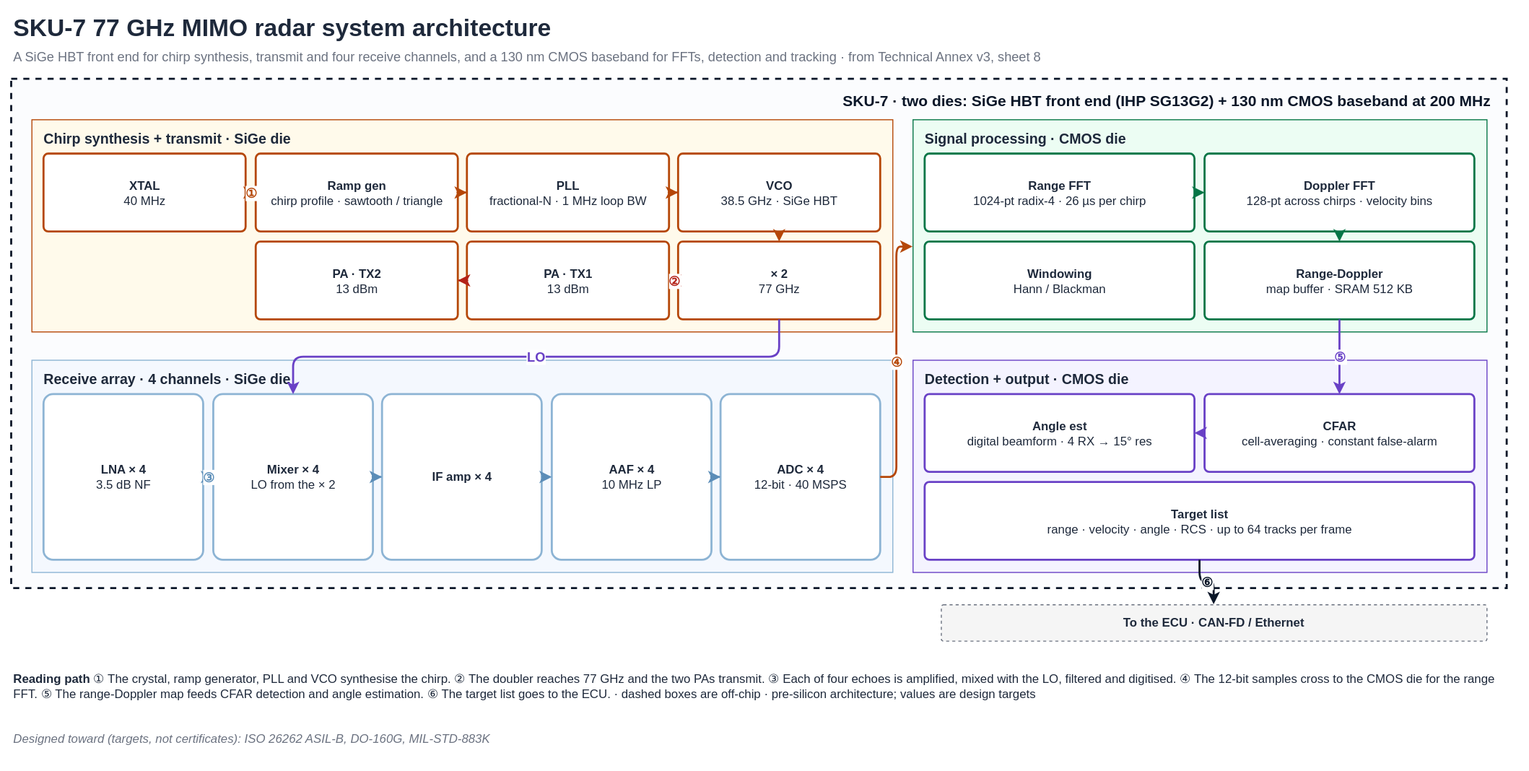
shekerkamma/deepgrid-dr-silicon-v10 keeps this draw.io diagram as public/diagrams/sku-7-architecture.svg. Above is the earlier version. Source tidied: cells renumbered, new cells last; positions are measured from the earlier drawing's top-left corner, leaving out a move shared by most shapes. Source of this version:
```xml
<mxGraphModel background="#FFFFFF">
  <root>
    <mxCell id="0" />
    <mxCell id="1" parent="0" />
    <mxCell id="2" value="SKU-7 77 GHz MIMO radar system architecture" style="text;html=1;align=left;verticalAlign=middle;whiteSpace=wrap;fontSize=24;fontColor=#1E293B;fontStyle=1;" parent="1" vertex="1">
      <mxGeometry width="1200" height="36" as="geometry" />
    </mxCell>
    <mxCell id="3" value="A SiGe HBT front end for chirp synthesis, transmit and four receive channels, and a 130 nm CMOS baseband for FFTs, detection and tracking · from Technical Annex v3, sheet 8" style="text;html=1;align=left;verticalAlign=middle;whiteSpace=wrap;fontSize=13;fontColor=#6B7280;" parent="1" vertex="1">
      <mxGeometry y="34" width="1480" height="24" as="geometry" />
    </mxCell>
    <mxCell id="4" value="SKU-7  ·  two dies: SiGe HBT front end (IHP SG13G2) + 130 nm CMOS baseband at 200 MHz" style="rounded=0;whiteSpace=wrap;html=1;fillColor=#FBFCFE;strokeColor=#0A1628;strokeWidth=2;dashed=1;verticalAlign=top;align=right;spacingRight=14;spacingTop=6;fontSize=15;fontStyle=1;fontColor=#0A1628;" parent="1" vertex="1">
      <mxGeometry y="68" width="1480" height="504" as="geometry" />
    </mxCell>
    <mxCell id="5" value="Chirp synthesis + transmit · SiGe die" style="rounded=0;whiteSpace=wrap;html=1;fillColor=#FFFAEB;strokeColor=#B54708;verticalAlign=top;align=left;spacingLeft=10;spacingTop=4;fontSize=14;fontStyle=1;fontColor=#1E293B;" parent="1" vertex="1">
      <mxGeometry x="20" y="108" width="852" height="210" as="geometry" />
    </mxCell>
    <mxCell id="6" value="&lt;b&gt;XTAL&lt;/b&gt;&lt;br&gt;40 MHz" style="rounded=1;whiteSpace=wrap;html=1;fillColor=#FFFFFF;strokeColor=#B54708;strokeWidth=2;fontSize=12;fontColor=#1E293B;arcSize=6;" parent="1" vertex="1">
      <mxGeometry x="32" y="142" width="200" height="77" as="geometry" />
    </mxCell>
    <mxCell id="7" value="&lt;b&gt;Ramp gen&lt;/b&gt;&lt;br&gt;chirp profile · sawtooth / triangle" style="rounded=1;whiteSpace=wrap;html=1;fillColor=#FFFFFF;strokeColor=#B54708;strokeWidth=2;fontSize=12;fontColor=#1E293B;arcSize=6;" parent="1" vertex="1">
      <mxGeometry x="242" y="142" width="200" height="77" as="geometry" />
    </mxCell>
    <mxCell id="8" value="&lt;b&gt;PLL&lt;/b&gt;&lt;br&gt;fractional-N · 1 MHz loop BW" style="rounded=1;whiteSpace=wrap;html=1;fillColor=#FFFFFF;strokeColor=#B54708;strokeWidth=2;fontSize=12;fontColor=#1E293B;arcSize=6;" parent="1" vertex="1">
      <mxGeometry x="451" y="142" width="200" height="77" as="geometry" />
    </mxCell>
    <mxCell id="9" value="&lt;b&gt;VCO&lt;/b&gt;&lt;br&gt;38.5 GHz · SiGe HBT" style="rounded=1;whiteSpace=wrap;html=1;fillColor=#FFFFFF;strokeColor=#B54708;strokeWidth=2;fontSize=12;fontColor=#1E293B;arcSize=6;" parent="1" vertex="1">
      <mxGeometry x="660" y="142" width="200" height="77" as="geometry" />
    </mxCell>
    <mxCell id="10" value="&lt;b&gt;PA · TX2&lt;/b&gt;&lt;br&gt;13 dBm" style="rounded=1;whiteSpace=wrap;html=1;fillColor=#FFFFFF;strokeColor=#B54708;strokeWidth=2;fontSize=12;fontColor=#1E293B;arcSize=6;" parent="1" vertex="1">
      <mxGeometry x="242" y="229" width="200" height="77" as="geometry" />
    </mxCell>
    <mxCell id="11" value="&lt;b&gt;PA · TX1&lt;/b&gt;&lt;br&gt;13 dBm" style="rounded=1;whiteSpace=wrap;html=1;fillColor=#FFFFFF;strokeColor=#B54708;strokeWidth=2;fontSize=12;fontColor=#1E293B;arcSize=6;" parent="1" vertex="1">
      <mxGeometry x="451" y="229" width="200" height="77" as="geometry" />
    </mxCell>
    <mxCell id="12" value="&lt;b&gt;× 2&lt;/b&gt;&lt;br&gt;77 GHz" style="rounded=1;whiteSpace=wrap;html=1;fillColor=#FFFFFF;strokeColor=#B54708;strokeWidth=2;fontSize=12;fontColor=#1E293B;arcSize=6;" parent="1" vertex="1">
      <mxGeometry x="660" y="229" width="200" height="77" as="geometry" />
    </mxCell>
    <mxCell id="13" value="Signal processing · CMOS die" style="rounded=0;whiteSpace=wrap;html=1;fillColor=#ECFDF3;strokeColor=#067647;verticalAlign=top;align=left;spacingLeft=10;spacingTop=4;fontSize=14;fontStyle=1;fontColor=#1E293B;" parent="1" vertex="1">
      <mxGeometry x="892" y="108" width="568" height="210" as="geometry" />
    </mxCell>
    <mxCell id="14" value="&lt;b&gt;Range FFT&lt;/b&gt;&lt;br&gt;1024-pt radix-4 · 26 µs per chirp" style="rounded=1;whiteSpace=wrap;html=1;fillColor=#FFFFFF;strokeColor=#067647;strokeWidth=2;fontSize=12;fontColor=#1E293B;arcSize=6;" parent="1" vertex="1">
      <mxGeometry x="904" y="142" width="267" height="77" as="geometry" />
    </mxCell>
    <mxCell id="15" value="&lt;b&gt;Doppler FFT&lt;/b&gt;&lt;br&gt;128-pt across chirps · velocity bins" style="rounded=1;whiteSpace=wrap;html=1;fillColor=#FFFFFF;strokeColor=#067647;strokeWidth=2;fontSize=12;fontColor=#1E293B;arcSize=6;" parent="1" vertex="1">
      <mxGeometry x="1181" y="142" width="267" height="77" as="geometry" />
    </mxCell>
    <mxCell id="16" value="&lt;b&gt;Windowing&lt;/b&gt;&lt;br&gt;Hann / Blackman" style="rounded=1;whiteSpace=wrap;html=1;fillColor=#FFFFFF;strokeColor=#067647;strokeWidth=2;fontSize=12;fontColor=#1E293B;arcSize=6;" parent="1" vertex="1">
      <mxGeometry x="904" y="229" width="267" height="77" as="geometry" />
    </mxCell>
    <mxCell id="17" value="&lt;b&gt;Range-Doppler&lt;/b&gt;&lt;br&gt;map buffer · SRAM 512 KB" style="rounded=1;whiteSpace=wrap;html=1;fillColor=#FFFFFF;strokeColor=#067647;strokeWidth=2;fontSize=12;fontColor=#1E293B;arcSize=6;" parent="1" vertex="1">
      <mxGeometry x="1181" y="229" width="267" height="77" as="geometry" />
    </mxCell>
    <mxCell id="18" value="Receive array · 4 channels · SiGe die" style="rounded=0;whiteSpace=wrap;html=1;fillColor=#F4F8FE;strokeColor=#8DB4D4;verticalAlign=top;align=left;spacingLeft=10;spacingTop=4;fontSize=14;fontStyle=1;fontColor=#1E293B;" parent="1" vertex="1">
      <mxGeometry x="20" y="346" width="852" height="210" as="geometry" />
    </mxCell>
    <mxCell id="19" value="&lt;b&gt;LNA × 4&lt;/b&gt;&lt;br&gt;3.5 dB NF" style="rounded=1;whiteSpace=wrap;html=1;fillColor=#FFFFFF;strokeColor=#8DB4D4;strokeWidth=2;fontSize=12;fontColor=#1E293B;arcSize=6;" parent="1" vertex="1">
      <mxGeometry x="32" y="380" width="158" height="164" as="geometry" />
    </mxCell>
    <mxCell id="20" value="&lt;b&gt;Mixer × 4&lt;/b&gt;&lt;br&gt;LO from the × 2" style="rounded=1;whiteSpace=wrap;html=1;fillColor=#FFFFFF;strokeColor=#8DB4D4;strokeWidth=2;fontSize=12;fontColor=#1E293B;arcSize=6;" parent="1" vertex="1">
      <mxGeometry x="200" y="380" width="158" height="164" as="geometry" />
    </mxCell>
    <mxCell id="21" value="&lt;b&gt;IF amp × 4&lt;/b&gt;" style="rounded=1;whiteSpace=wrap;html=1;fillColor=#FFFFFF;strokeColor=#8DB4D4;strokeWidth=2;fontSize=12;fontColor=#1E293B;arcSize=6;" parent="1" vertex="1">
      <mxGeometry x="367" y="380" width="158" height="164" as="geometry" />
    </mxCell>
    <mxCell id="22" value="&lt;b&gt;AAF × 4&lt;/b&gt;&lt;br&gt;10 MHz LP" style="rounded=1;whiteSpace=wrap;html=1;fillColor=#FFFFFF;strokeColor=#8DB4D4;strokeWidth=2;fontSize=12;fontColor=#1E293B;arcSize=6;" parent="1" vertex="1">
      <mxGeometry x="535" y="380" width="158" height="164" as="geometry" />
    </mxCell>
    <mxCell id="23" value="&lt;b&gt;ADC × 4&lt;/b&gt;&lt;br&gt;12-bit · 40 MSPS" style="rounded=1;whiteSpace=wrap;html=1;fillColor=#FFFFFF;strokeColor=#8DB4D4;strokeWidth=2;fontSize=12;fontColor=#1E293B;arcSize=6;" parent="1" vertex="1">
      <mxGeometry x="702" y="380" width="158" height="164" as="geometry" />
    </mxCell>
    <mxCell id="24" value="Detection + output · CMOS die" style="rounded=0;whiteSpace=wrap;html=1;fillColor=#F4F3FF;strokeColor=#6941C6;verticalAlign=top;align=left;spacingLeft=10;spacingTop=4;fontSize=14;fontStyle=1;fontColor=#1E293B;" parent="1" vertex="1">
      <mxGeometry x="892" y="346" width="568" height="210" as="geometry" />
    </mxCell>
    <mxCell id="25" value="&lt;b&gt;Angle est&lt;/b&gt;&lt;br&gt;digital beamform · 4 RX → 15° res" style="rounded=1;whiteSpace=wrap;html=1;fillColor=#FFFFFF;strokeColor=#6941C6;strokeWidth=2;fontSize=12;fontColor=#1E293B;arcSize=6;" parent="1" vertex="1">
      <mxGeometry x="904" y="380" width="267" height="77" as="geometry" />
    </mxCell>
    <mxCell id="26" value="&lt;b&gt;CFAR&lt;/b&gt;&lt;br&gt;cell-averaging · constant false-alarm" style="rounded=1;whiteSpace=wrap;html=1;fillColor=#FFFFFF;strokeColor=#6941C6;strokeWidth=2;fontSize=12;fontColor=#1E293B;arcSize=6;" parent="1" vertex="1">
      <mxGeometry x="1181" y="380" width="267" height="77" as="geometry" />
    </mxCell>
    <mxCell id="27" value="&lt;b&gt;Target list&lt;/b&gt;&lt;br&gt;range · velocity · angle · RCS · up to 64 tracks per frame" style="rounded=1;whiteSpace=wrap;html=1;fillColor=#FFFFFF;strokeColor=#6941C6;strokeWidth=2;fontSize=12;fontColor=#1E293B;arcSize=6;" parent="1" vertex="1">
      <mxGeometry x="904" y="467" width="544" height="77" as="geometry" />
    </mxCell>
    <mxCell id="28" value="&lt;b&gt;To the ECU · CAN-FD / Ethernet&lt;/b&gt;" style="rounded=1;whiteSpace=wrap;html=1;fillColor=#F5F5F5;strokeColor=#6B7280;dashed=1;fontSize=12;fontColor=#1E293B;arcSize=6;" parent="1" vertex="1">
      <mxGeometry x="920" y="588" width="540" height="36" as="geometry" />
    </mxCell>
    <mxCell id="29" value="①" style="edgeStyle=orthogonalEdgeStyle;rounded=1;html=1;strokeColor=#B54708;strokeWidth=2;fontSize=13;fontStyle=1;fontColor=#B54708;labelBackgroundColor=#FFFFFF;" parent="1" edge="1" source="6" target="7">
      <mxGeometry relative="1" as="geometry" />
    </mxCell>
    <mxCell id="30" style="edgeStyle=orthogonalEdgeStyle;rounded=1;html=1;strokeColor=#B54708;strokeWidth=2;fontSize=13;fontStyle=1;fontColor=#B54708;labelBackgroundColor=#FFFFFF;" parent="1" edge="1" source="7" target="8">
      <mxGeometry relative="1" as="geometry" />
    </mxCell>
    <mxCell id="31" style="edgeStyle=orthogonalEdgeStyle;rounded=1;html=1;strokeColor=#B54708;strokeWidth=2;fontSize=13;fontStyle=1;fontColor=#B54708;labelBackgroundColor=#FFFFFF;" parent="1" edge="1" source="8" target="9">
      <mxGeometry relative="1" as="geometry" />
    </mxCell>
    <mxCell id="32" style="edgeStyle=orthogonalEdgeStyle;rounded=1;html=1;strokeColor=#B54708;strokeWidth=2;fontSize=13;fontStyle=1;fontColor=#B54708;labelBackgroundColor=#FFFFFF;" parent="1" edge="1" source="9" target="12">
      <mxGeometry relative="1" as="geometry" />
    </mxCell>
    <mxCell id="33" value="②" style="edgeStyle=orthogonalEdgeStyle;rounded=1;html=1;strokeColor=#B42318;strokeWidth=2;fontSize=13;fontStyle=1;fontColor=#B42318;labelBackgroundColor=#FFFFFF;" parent="1" edge="1" source="12" target="11">
      <mxGeometry relative="1" as="geometry" />
    </mxCell>
    <mxCell id="34" style="edgeStyle=orthogonalEdgeStyle;rounded=1;html=1;strokeColor=#B42318;strokeWidth=2;fontSize=13;fontStyle=1;fontColor=#B42318;labelBackgroundColor=#FFFFFF;" parent="1" edge="1" source="11" target="10">
      <mxGeometry relative="1" as="geometry" />
    </mxCell>
    <mxCell id="35" value="LO" style="edgeStyle=orthogonalEdgeStyle;rounded=1;html=1;strokeColor=#6941C6;strokeWidth=2;fontSize=13;fontStyle=1;fontColor=#6941C6;labelBackgroundColor=#FFFFFF;exitX=0.5;exitY=1;entryX=0.5;entryY=0;" parent="1" edge="1" source="12" target="20">
      <mxGeometry relative="1" as="geometry" />
    </mxCell>
    <mxCell id="36" value="③" style="edgeStyle=orthogonalEdgeStyle;rounded=1;html=1;strokeColor=#5B8DB8;strokeWidth=2;fontSize=13;fontStyle=1;fontColor=#5B8DB8;labelBackgroundColor=#FFFFFF;" parent="1" edge="1" source="19" target="20">
      <mxGeometry relative="1" as="geometry" />
    </mxCell>
    <mxCell id="37" style="edgeStyle=orthogonalEdgeStyle;rounded=1;html=1;strokeColor=#5B8DB8;strokeWidth=2;fontSize=13;fontStyle=1;fontColor=#5B8DB8;labelBackgroundColor=#FFFFFF;" parent="1" edge="1" source="20" target="21">
      <mxGeometry relative="1" as="geometry" />
    </mxCell>
    <mxCell id="38" style="edgeStyle=orthogonalEdgeStyle;rounded=1;html=1;strokeColor=#5B8DB8;strokeWidth=2;fontSize=13;fontStyle=1;fontColor=#5B8DB8;labelBackgroundColor=#FFFFFF;" parent="1" edge="1" source="21" target="22">
      <mxGeometry relative="1" as="geometry" />
    </mxCell>
    <mxCell id="39" style="edgeStyle=orthogonalEdgeStyle;rounded=1;html=1;strokeColor=#5B8DB8;strokeWidth=2;fontSize=13;fontStyle=1;fontColor=#5B8DB8;labelBackgroundColor=#FFFFFF;" parent="1" edge="1" source="22" target="23">
      <mxGeometry relative="1" as="geometry" />
    </mxCell>
    <mxCell id="40" value="④" style="edgeStyle=orthogonalEdgeStyle;rounded=1;html=1;strokeColor=#B54708;strokeWidth=2;fontSize=13;fontStyle=1;fontColor=#B54708;labelBackgroundColor=#FFFFFF;exitX=1;exitY=0.5;entryX=0;entryY=0.6;" parent="1" edge="1" source="23" target="13">
      <mxGeometry relative="1" as="geometry" />
    </mxCell>
    <mxCell id="41" style="edgeStyle=orthogonalEdgeStyle;rounded=1;html=1;strokeColor=#067647;strokeWidth=2;fontSize=13;fontStyle=1;fontColor=#067647;labelBackgroundColor=#FFFFFF;" parent="1" edge="1" source="14" target="15">
      <mxGeometry relative="1" as="geometry" />
    </mxCell>
    <mxCell id="42" style="edgeStyle=orthogonalEdgeStyle;rounded=1;html=1;strokeColor=#067647;strokeWidth=2;fontSize=13;fontStyle=1;fontColor=#067647;labelBackgroundColor=#FFFFFF;" parent="1" edge="1" source="15" target="17">
      <mxGeometry relative="1" as="geometry" />
    </mxCell>
    <mxCell id="43" value="⑤" style="edgeStyle=orthogonalEdgeStyle;rounded=1;html=1;strokeColor=#6941C6;strokeWidth=2;fontSize=13;fontStyle=1;fontColor=#6941C6;labelBackgroundColor=#FFFFFF;" parent="1" edge="1" source="17" target="26">
      <mxGeometry relative="1" as="geometry" />
    </mxCell>
    <mxCell id="44" style="edgeStyle=orthogonalEdgeStyle;rounded=1;html=1;strokeColor=#6941C6;strokeWidth=2;fontSize=13;fontStyle=1;fontColor=#6941C6;labelBackgroundColor=#FFFFFF;" parent="1" edge="1" source="26" target="25">
      <mxGeometry relative="1" as="geometry" />
    </mxCell>
    <mxCell id="45" value="⑥" style="edgeStyle=orthogonalEdgeStyle;rounded=1;html=1;strokeColor=#0A1628;strokeWidth=2;fontSize=13;fontStyle=1;fontColor=#0A1628;labelBackgroundColor=#FFFFFF;" parent="1" edge="1" source="27" target="28">
      <mxGeometry relative="1" as="geometry" />
    </mxCell>
    <mxCell id="46" value="&lt;b&gt;Reading path&lt;/b&gt;   ①  The crystal, ramp generator, PLL and VCO synthesise the chirp.   ②  The doubler reaches 77 GHz and the two PAs transmit.   ③  Each of four echoes is amplified, mixed with the LO, filtered and digitised.   ④  The 12-bit samples cross to the CMOS die for the range FFT.   ⑤  The range-Doppler map feeds CFAR detection and angle estimation.   ⑥  The target list goes to the ECU.   ·   dashed boxes are off-chip   ·   pre-silicon architecture; values are design targets" style="text;html=1;align=left;verticalAlign=middle;whiteSpace=wrap;fontSize=12;fontColor=#1E293B;" parent="1" vertex="1">
      <mxGeometry y="640" width="1480" height="58" as="geometry" />
    </mxCell>
    <mxCell id="47" value="Designed toward (targets, not certificates): ISO 26262 ASIL-B, DO-160G, MIL-STD-883K" style="text;html=1;align=left;verticalAlign=middle;whiteSpace=wrap;fontSize=12;fontColor=#6B7280;fontStyle=2;" parent="1" vertex="1">
      <mxGeometry y="710" width="1480" height="22" as="geometry" />
    </mxCell>
  </root>
</mxGraphModel>
```
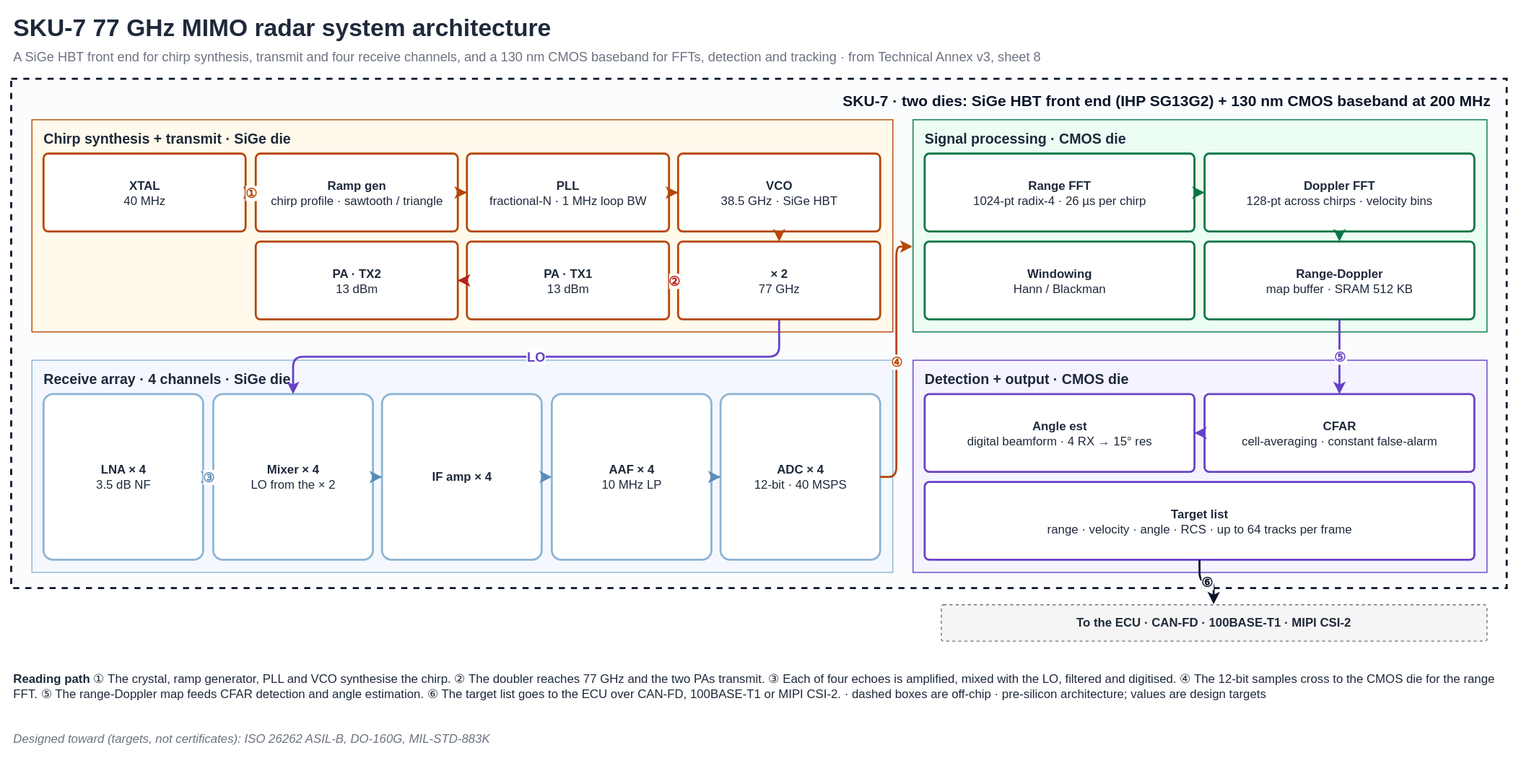
After the change.

What changed in the source:
```diff
@@ -80,7 +80,7 @@
     <mxCell id="27" value="&lt;b&gt;Target list&lt;/b&gt;&lt;br&gt;range · velocity · angle · RCS · up to 64 tracks per frame" style="rounded=1;whiteSpace=wrap;html=1;fillColor=#FFFFFF;strokeColor=#6941C6;strokeWidth=2;fontSize=12;fontColor=#1E293B;arcSize=6;" parent="1" vertex="1">
       <mxGeometry x="904" y="467" width="544" height="77" as="geometry" />
     </mxCell>
-    <mxCell id="28" value="&lt;b&gt;To the ECU · CAN-FD / Ethernet&lt;/b&gt;" style="rounded=1;whiteSpace=wrap;html=1;fillColor=#F5F5F5;strokeColor=#6B7280;dashed=1;fontSize=12;fontColor=#1E293B;arcSize=6;" parent="1" vertex="1">
+    <mxCell id="28" value="&lt;b&gt;To the ECU · CAN-FD · 100BASE-T1 · MIPI CSI-2&lt;/b&gt;" style="rounded=1;whiteSpace=wrap;html=1;fillColor=#F5F5F5;strokeColor=#6B7280;dashed=1;fontSize=12;fontColor=#1E293B;arcSize=6;" parent="1" vertex="1">
       <mxGeometry x="920" y="588" width="540" height="36" as="geometry" />
     </mxCell>
     <mxCell id="29" value="①" style="edgeStyle=orthogonalEdgeStyle;rounded=1;html=1;strokeColor=#B54708;strokeWidth=2;fontSize=13;fontStyle=1;fontColor=#B54708;labelBackgroundColor=#FFFFFF;" parent="1" edge="1" source="6" target="7">
@@ -134,7 +134,7 @@
     <mxCell id="45" value="⑥" style="edgeStyle=orthogonalEdgeStyle;rounded=1;html=1;strokeColor=#0A1628;strokeWidth=2;fontSize=13;fontStyle=1;fontColor=#0A1628;labelBackgroundColor=#FFFFFF;" parent="1" edge="1" source="27" target="28">
       <mxGeometry relative="1" as="geometry" />
     </mxCell>
-    <mxCell id="46" value="&lt;b&gt;Reading path&lt;/b&gt;   ①  The crystal, ramp generator, PLL and VCO synthesise the chirp.   ②  The doubler reaches 77 GHz and the two PAs transmit.   ③  Each of four echoes is amplified, mixed with the LO, filtered and digitised.   ④  The 12-bit samples cross to the CMOS die for the range FFT.   ⑤  The range-Doppler map feeds CFAR detection and angle estimation.   ⑥  The target list goes to the ECU.   ·   dashed boxes are off-chip   ·   pre-silicon architecture; values are design targets" style="text;html=1;align=left;verticalAlign=middle;whiteSpace=wrap;fontSize=12;fontColor=#1E293B;" parent="1" vertex="1">
+    <mxCell id="46" value="&lt;b&gt;Reading path&lt;/b&gt;   ①  The crystal, ramp generator, PLL and VCO synthesise the chirp.   ②  The doubler reaches 77 GHz and the two PAs transmit.   ③  Each of four echoes is amplified, mixed with the LO, filtered and digitised.   ④  The 12-bit samples cross to the CMOS die for the range FFT.   ⑤  The range-Doppler map feeds CFAR detection and angle estimation.   ⑥  The target list goes to the ECU over CAN-FD, 100BASE-T1 or MIPI CSI-2.   ·   dashed boxes are off-chip   ·   pre-silicon architecture; values are design targets" style="text;html=1;align=left;verticalAlign=middle;whiteSpace=wrap;fontSize=12;fontColor=#1E293B;" parent="1" vertex="1">
       <mxGeometry y="640" width="1480" height="58" as="geometry" />
     </mxCell>
     <mxCell id="47" value="Designed toward (targets, not certificates): ISO 26262 ASIL-B, DO-160G, MIL-STD-883K" style="text;html=1;align=left;verticalAlign=middle;whiteSpace=wrap;fontSize=12;fontColor=#6B7280;fontStyle=2;" parent="1" vertex="1">
```
